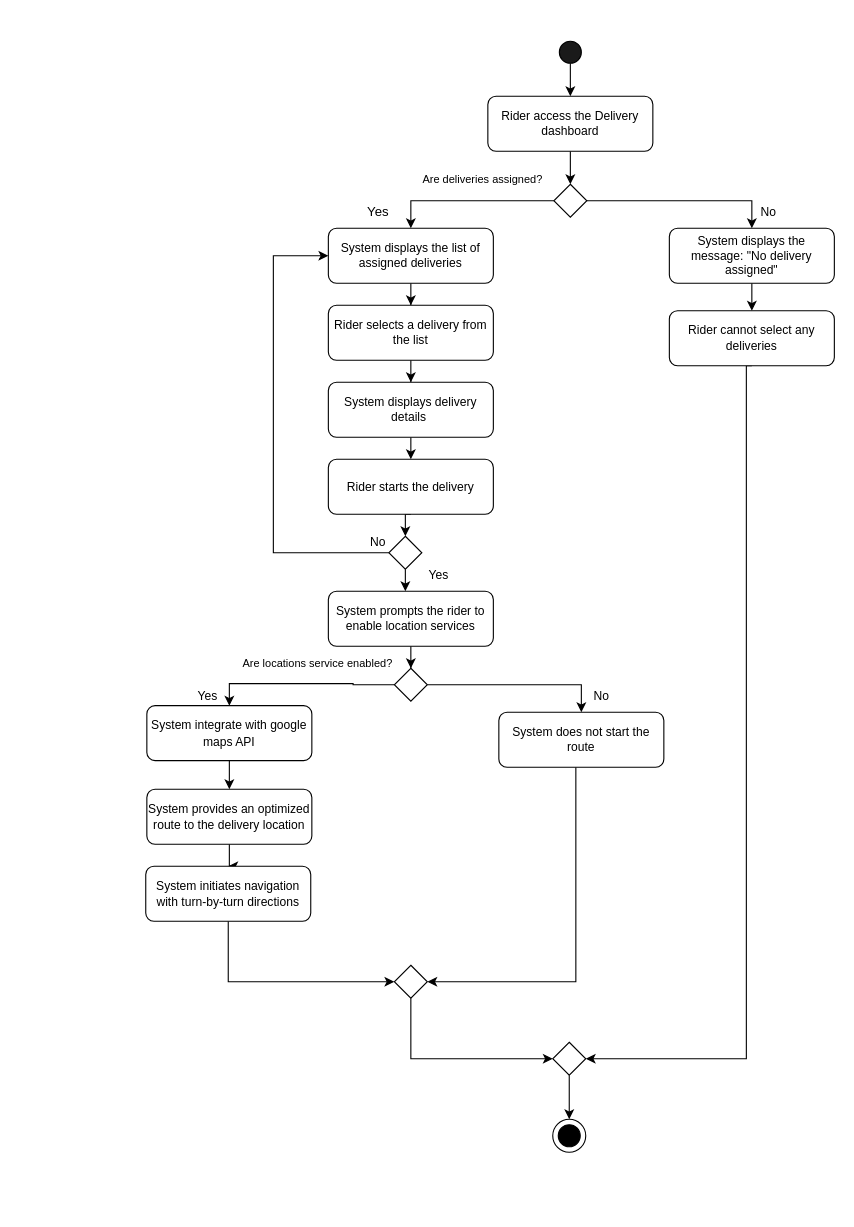
Earlier version of the draw.io diagram page "Page-1" (1 of 27) of Activity Diagram UC-1.drawio (IamSaqibJaved/Diagrams). Source tidied: cells renumbered, new cells numbered last; positions are measured from the earlier drawing's top-left corner, leaving out a move shared by most shapes. Both pictures are drawn from the tidied source at 110%, with x=0, y=0 at pixel (145, 41).
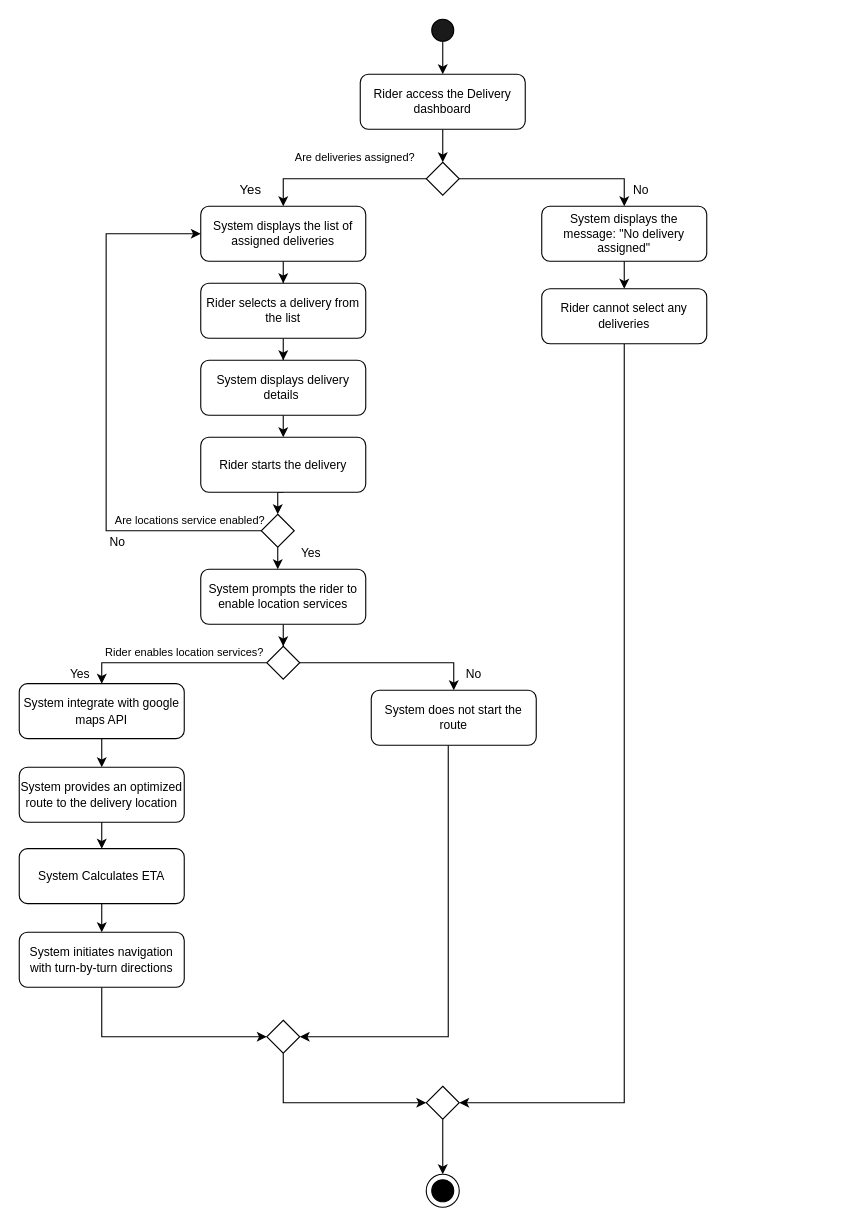
The same diagram, later.

The change refers to these unchanged cells:
```xml
<mxCell id="51" style="ellipse;whiteSpace=wrap;html=1;" parent="50" vertex="1">
  <mxGeometry width="30" height="30" as="geometry" />
</mxCell>
```

What changed in the source:
```diff
@@
-    <mxCell id="2" style="group;" parent="1" vertex="1">
-      <mxGeometry width="626" height="1010" as="geometry" />
-    </mxCell>
-    <mxCell id="3" style="edgeStyle=orthogonalEdgeStyle;rounded=0;jettySize=auto;html=1;entryX=0.5;entryY=0;entryDx=0;entryDy=0;" parent="2" edge="1" source="4" target="6">
+    <mxCell id="3" style="edgeStyle=orthogonalEdgeStyle;rounded=0;jettySize=auto;html=1;entryX=0.5;entryY=0;entryDx=0;entryDy=0;" parent="1" edge="1" source="4" target="6">
       <mxGeometry relative="1" as="geometry" />
     </mxCell>
-    <mxCell id="4" style="ellipse;whiteSpace=wrap;html=1;fillColor=#1A1A1A;" parent="2" vertex="1">
-      <mxGeometry x="376" width="20" height="20" as="geometry" />
+    <mxCell id="4" style="ellipse;whiteSpace=wrap;html=1;fillColor=#1A1A1A;" parent="1" vertex="1">
+      <mxGeometry x="260" y="-20" width="20" height="20" as="geometry" />
     </mxCell>
-    <mxCell id="5" style="edgeStyle=orthogonalEdgeStyle;rounded=0;jettySize=auto;html=1;entryX=0.5;entryY=0;entryDx=0;entryDy=0;fontSize=11;" parent="2" edge="1" source="6" target="9">
+    <mxCell id="5" style="edgeStyle=orthogonalEdgeStyle;rounded=0;jettySize=auto;html=1;entryX=0.5;entryY=0;entryDx=0;entryDy=0;fontSize=11;" parent="1" edge="1" source="6" target="9">
       <mxGeometry relative="1" as="geometry" />
     </mxCell>
-    <mxCell id="6" value="&lt;div&gt;&lt;span style=&quot;background-color: initial;&quot;&gt;Rider access the Delivery dashboard&lt;/span&gt;&lt;/div&gt;" style="rounded=1;whiteSpace=wrap;html=1;align=center;fontSize=11;" parent="2" vertex="1">
-      <mxGeometry x="311" y="50" width="150" height="50" as="geometry" />
+    <mxCell id="6" value="&lt;div&gt;&lt;span style=&quot;background-color: initial;&quot;&gt;Rider access the Delivery dashboard&lt;/span&gt;&lt;/div&gt;" style="rounded=1;whiteSpace=wrap;html=1;align=center;fontSize=11;" parent="1" vertex="1">
+      <mxGeometry x="195" y="30" width="150" height="50" as="geometry" />
     </mxCell>
-    <mxCell id="7" style="edgeStyle=orthogonalEdgeStyle;rounded=0;jettySize=auto;html=1;entryX=0.5;entryY=0;entryDx=0;entryDy=0;fontSize=11;" parent="2" edge="1" source="9" target="11">
+    <mxCell id="7" style="edgeStyle=orthogonalEdgeStyle;rounded=0;jettySize=auto;html=1;entryX=0.5;entryY=0;entryDx=0;entryDy=0;fontSize=11;" parent="1" edge="1" source="9" target="11">
       <mxGeometry relative="1" as="geometry" />
     </mxCell>
-    <mxCell id="8" style="edgeStyle=orthogonalEdgeStyle;rounded=0;jettySize=auto;html=1;entryX=0.5;entryY=0;entryDx=0;entryDy=0;fontSize=11;" parent="2" edge="1" source="9" target="13">
+    <mxCell id="8" style="edgeStyle=orthogonalEdgeStyle;rounded=0;jettySize=auto;html=1;entryX=0.5;entryY=0;entryDx=0;entryDy=0;fontSize=11;" parent="1" edge="1" source="9" target="13">
       <mxGeometry relative="1" as="geometry" />
     </mxCell>
-    <mxCell id="9" style="rhombus;whiteSpace=wrap;html=1;fontSize=11;" parent="2" vertex="1">
-      <mxGeometry x="371" y="130" width="30" height="30" as="geometry" />
+    <mxCell id="9" style="rhombus;whiteSpace=wrap;html=1;fontSize=11;" parent="1" vertex="1">
+      <mxGeometry x="255" y="110" width="30" height="30" as="geometry" />
     </mxCell>
-    <mxCell id="10" style="edgeStyle=orthogonalEdgeStyle;rounded=0;jettySize=auto;html=1;entryX=0.5;entryY=0;entryDx=0;entryDy=0;fontSize=11;" parent="2" edge="1" source="11" target="15">
+    <mxCell id="10" style="edgeStyle=orthogonalEdgeStyle;rounded=0;jettySize=auto;html=1;entryX=0.5;entryY=0;entryDx=0;entryDy=0;fontSize=11;" parent="1" edge="1" source="11" target="15">
       <mxGeometry relative="1" as="geometry" />
     </mxCell>
-    <mxCell id="11" value="System displays the message: &quot;No delivery assigned&quot;" style="rounded=1;whiteSpace=wrap;html=1;fontSize=11;" parent="2" vertex="1">
-      <mxGeometry x="476" y="170" width="150" height="50" as="geometry" />
+    <mxCell id="11" value="System displays the message: &quot;No delivery assigned&quot;" style="rounded=1;whiteSpace=wrap;html=1;fontSize=11;" parent="1" vertex="1">
+      <mxGeometry x="360" y="150" width="150" height="50" as="geometry" />
     </mxCell>
-    <mxCell id="12" style="edgeStyle=orthogonalEdgeStyle;rounded=0;jettySize=auto;html=1;fontSize=11;" parent="2" edge="1" source="13" target="17">
+    <mxCell id="12" style="edgeStyle=orthogonalEdgeStyle;rounded=0;jettySize=auto;html=1;fontSize=11;" parent="1" edge="1" source="13" target="17">
       <mxGeometry relative="1" as="geometry" />
     </mxCell>
-    <mxCell id="13" value="System displays the list of assigned deliveries" style="rounded=1;whiteSpace=wrap;html=1;fontSize=11;" parent="2" vertex="1">
-      <mxGeometry x="166" y="170" width="150" height="50" as="geometry" />
+    <mxCell id="13" value="System displays the list of assigned deliveries" style="rounded=1;whiteSpace=wrap;html=1;fontSize=11;" parent="1" vertex="1">
+      <mxGeometry x="50" y="150" width="150" height="50" as="geometry" />
     </mxCell>
-    <mxCell id="14" style="edgeStyle=orthogonalEdgeStyle;rounded=0;jettySize=auto;html=1;entryX=1;entryY=0.5;entryDx=0;entryDy=0;exitX=0.5;exitY=1;exitDx=0;exitDy=0;" parent="2" edge="1" source="15" target="41">
+    <mxCell id="14" style="edgeStyle=orthogonalEdgeStyle;rounded=0;jettySize=auto;html=1;entryX=1;entryY=0.5;entryDx=0;entryDy=0;exitX=0.5;exitY=1;exitDx=0;exitDy=0;" parent="1" edge="1" source="15" target="41">
       <mxGeometry relative="1" as="geometry">
         <Array as="points">
-          <mxPoint x="546" y="925" />
+          <mxPoint x="435" y="965" />
         </Array>
       </mxGeometry>
     </mxCell>
-    <mxCell id="15" value="Rider cannot select any deliveries" style="rounded=1;whiteSpace=wrap;html=1;fontSize=11;" parent="2" vertex="1">
-      <mxGeometry x="476" y="245" width="150" height="50" as="geometry" />
+    <mxCell id="15" value="Rider cannot select any deliveries" style="rounded=1;whiteSpace=wrap;html=1;fontSize=11;" parent="1" vertex="1">
+      <mxGeometry x="360" y="225" width="150" height="50" as="geometry" />
     </mxCell>
-    <mxCell id="16" style="edgeStyle=orthogonalEdgeStyle;rounded=0;jettySize=auto;html=1;fontSize=11;" parent="2" edge="1" source="17" target="19">
+    <mxCell id="16" style="edgeStyle=orthogonalEdgeStyle;rounded=0;jettySize=auto;html=1;fontSize=11;" parent="1" edge="1" source="17" target="19">
       <mxGeometry relative="1" as="geometry" />
     </mxCell>
-    <mxCell id="17" value="Rider selects a delivery from the list" style="whiteSpace=wrap;html=1;rounded=1;fontSize=11;" parent="2" vertex="1">
-      <mxGeometry x="166" y="240" width="150" height="50" as="geometry" />
+    <mxCell id="17" value="Rider selects a delivery from the list" style="whiteSpace=wrap;html=1;rounded=1;fontSize=11;" parent="1" vertex="1">
+      <mxGeometry x="50" y="220" width="150" height="50" as="geometry" />
     </mxCell>
-    <mxCell id="18" style="edgeStyle=orthogonalEdgeStyle;rounded=0;jettySize=auto;html=1;exitX=0.5;exitY=1;exitDx=0;exitDy=0;entryX=0.5;entryY=0;entryDx=0;entryDy=0;fontSize=11;" parent="2" edge="1" source="19" target="21">
+    <mxCell id="18" style="edgeStyle=orthogonalEdgeStyle;rounded=0;jettySize=auto;html=1;exitX=0.5;exitY=1;exitDx=0;exitDy=0;entryX=0.5;entryY=0;entryDx=0;entryDy=0;fontSize=11;" parent="1" edge="1" source="19" target="21">
       <mxGeometry relative="1" as="geometry" />
     </mxCell>
-    <mxCell id="19" value="System displays delivery details&amp;nbsp;" style="whiteSpace=wrap;html=1;rounded=1;fontSize=11;" parent="2" vertex="1">
-      <mxGeometry x="166" y="310" width="150" height="50" as="geometry" />
+    <mxCell id="19" value="System displays delivery details&amp;nbsp;" style="whiteSpace=wrap;html=1;rounded=1;fontSize=11;" parent="1" vertex="1">
+      <mxGeometry x="50" y="290" width="150" height="50" as="geometry" />
     </mxCell>
-    <mxCell id="20" style="edgeStyle=orthogonalEdgeStyle;rounded=0;jettySize=auto;html=1;exitX=0.5;exitY=1;exitDx=0;exitDy=0;entryX=0.5;entryY=0;entryDx=0;entryDy=0;fontSize=11;" parent="2" edge="1" source="21" target="23">
+    <mxCell id="20" style="edgeStyle=orthogonalEdgeStyle;rounded=0;jettySize=auto;html=1;exitX=0.5;exitY=1;exitDx=0;exitDy=0;entryX=0.5;entryY=0;entryDx=0;entryDy=0;fontSize=11;" parent="1" edge="1" source="21" target="23">
       <mxGeometry relative="1" as="geometry" />
     </mxCell>
-    <mxCell id="21" value="Rider starts the delivery" style="whiteSpace=wrap;html=1;rounded=1;fontSize=11;" parent="2" vertex="1">
-      <mxGeometry x="166" y="380" width="150" height="50" as="geometry" />
+    <mxCell id="21" value="Rider starts the delivery" style="whiteSpace=wrap;html=1;rounded=1;fontSize=11;" parent="1" vertex="1">
+      <mxGeometry x="50" y="360" width="150" height="50" as="geometry" />
     </mxCell>
-    <mxCell id="22" style="edgeStyle=orthogonalEdgeStyle;rounded=0;jettySize=auto;html=1;entryX=0;entryY=0.5;entryDx=0;entryDy=0;" parent="2" edge="1" source="23" target="13">
+    <mxCell id="22" style="edgeStyle=orthogonalEdgeStyle;rounded=0;jettySize=auto;html=1;entryX=0;entryY=0.5;entryDx=0;entryDy=0;" parent="1" edge="1" source="23" target="13">
       <mxGeometry relative="1" as="geometry">
         <Array as="points">
-          <mxPoint x="116" y="465" />
-          <mxPoint x="116" y="195" />
+          <mxPoint x="-36" y="445" />
+          <mxPoint x="-36" y="175" />
         </Array>
       </mxGeometry>
     </mxCell>
-    <mxCell id="23" style="rhombus;whiteSpace=wrap;html=1;fontSize=11;" parent="2" vertex="1">
-      <mxGeometry x="221" y="450" width="30" height="30" as="geometry" />
+    <mxCell id="23" style="rhombus;whiteSpace=wrap;html=1;fontSize=11;" parent="1" vertex="1">
+      <mxGeometry x="105" y="430" width="30" height="30" as="geometry" />
     </mxCell>
-    <mxCell id="24" style="edgeStyle=orthogonalEdgeStyle;rounded=0;jettySize=auto;html=1;entryX=0.461;entryY=0.013;entryDx=0;entryDy=0;entryPerimeter=0;fontSize=11;" parent="2" edge="1" source="23" target="26">
+    <mxCell id="24" style="edgeStyle=orthogonalEdgeStyle;rounded=0;jettySize=auto;html=1;entryX=0.461;entryY=0.013;entryDx=0;entryDy=0;entryPerimeter=0;fontSize=11;" parent="1" edge="1" source="23" target="26">
       <mxGeometry relative="1" as="geometry" />
     </mxCell>
-    <mxCell id="25" style="edgeStyle=orthogonalEdgeStyle;rounded=0;jettySize=auto;html=1;entryX=0.5;entryY=0;entryDx=0;entryDy=0;" parent="2" edge="1" source="26" target="29">
+    <mxCell id="25" style="edgeStyle=orthogonalEdgeStyle;rounded=0;jettySize=auto;html=1;entryX=0.5;entryY=0;entryDx=0;entryDy=0;" parent="1" edge="1" source="26" target="29">
       <mxGeometry relative="1" as="geometry" />
     </mxCell>
-    <mxCell id="26" value="System prompts the rider to enable location services" style="whiteSpace=wrap;html=1;rounded=1;fontSize=11;" parent="2" vertex="1">
-      <mxGeometry x="166" y="500" width="150" height="50" as="geometry" />
+    <mxCell id="26" value="System prompts the rider to enable location services" style="whiteSpace=wrap;html=1;rounded=1;fontSize=11;" parent="1" vertex="1">
+      <mxGeometry x="50" y="480" width="150" height="50" as="geometry" />
     </mxCell>
-    <mxCell id="27" style="edgeStyle=orthogonalEdgeStyle;rounded=0;jettySize=auto;html=1;entryX=0.5;entryY=0;entryDx=0;entryDy=0;fontSize=11;" parent="2" edge="1" source="29" target="31">
+    <mxCell id="27" style="edgeStyle=orthogonalEdgeStyle;rounded=0;jettySize=auto;html=1;entryX=0.5;entryY=0;entryDx=0;entryDy=0;fontSize=11;" parent="1" edge="1" source="29" target="31">
       <mxGeometry relative="1" as="geometry" />
     </mxCell>
-    <mxCell id="28" style="edgeStyle=orthogonalEdgeStyle;rounded=0;jettySize=auto;html=1;entryX=0.5;entryY=0;entryDx=0;entryDy=0;" parent="2" edge="1" source="29" target="33">
-      <mxGeometry relative="1" as="geometry" />
+    <mxCell id="28" style="edgeStyle=orthogonalEdgeStyle;rounded=0;jettySize=auto;html=1;entryX=0.5;entryY=0;entryDx=0;entryDy=0;" parent="1" edge="1" source="29" target="33">
+      <mxGeometry relative="1" as="geometry">
+        <Array as="points">
+          <mxPoint x="-40" y="565" />
+        </Array>
+      </mxGeometry>
     </mxCell>
-    <mxCell id="29" style="rhombus;whiteSpace=wrap;html=1;fontSize=11;" parent="2" vertex="1">
-      <mxGeometry x="226" y="570" width="30" height="30" as="geometry" />
+    <mxCell id="29" style="rhombus;whiteSpace=wrap;html=1;fontSize=11;" parent="1" vertex="1">
+      <mxGeometry x="110" y="550" width="30" height="30" as="geometry" />
     </mxCell>
-    <mxCell id="30" style="edgeStyle=orthogonalEdgeStyle;rounded=0;jettySize=auto;html=1;entryX=1;entryY=0.5;entryDx=0;entryDy=0;" parent="2" edge="1" source="31" target="39">
+    <mxCell id="30" style="edgeStyle=orthogonalEdgeStyle;rounded=0;jettySize=auto;html=1;entryX=1;entryY=0.5;entryDx=0;entryDy=0;" parent="1" edge="1" source="31" target="39">
       <mxGeometry relative="1" as="geometry">
         <Array as="points">
-          <mxPoint x="391" y="855" />
+          <mxPoint x="275" y="905" />
         </Array>
       </mxGeometry>
     </mxCell>
-    <mxCell id="31" value="System does not start the route" style="rounded=1;whiteSpace=wrap;html=1;fontSize=11;" parent="2" vertex="1">
-      <mxGeometry x="321" y="610" width="150" height="50" as="geometry" />
+    <mxCell id="31" value="System does not start the route" style="rounded=1;whiteSpace=wrap;html=1;fontSize=11;" parent="1" vertex="1">
+      <mxGeometry x="205" y="590" width="150" height="50" as="geometry" />
     </mxCell>
-    <mxCell id="32" style="edgeStyle=orthogonalEdgeStyle;rounded=0;jettySize=auto;html=1;fontSize=11;" parent="2" edge="1" source="33" target="35">
+    <mxCell id="32" style="edgeStyle=orthogonalEdgeStyle;rounded=0;jettySize=auto;html=1;fontSize=11;" parent="1" edge="1" source="33" target="35">
       <mxGeometry relative="1" as="geometry" />
     </mxCell>
-    <mxCell id="33" value="&lt;font style=&quot;font-size: 11px;&quot;&gt;System integrate with google maps API&lt;/font&gt;" style="rounded=1;whiteSpace=wrap;html=1;" parent="2" vertex="1">
-      <mxGeometry x="1" y="604" width="150" height="50" as="geometry" />
+    <mxCell id="33" value="&lt;font style=&quot;font-size: 11px;&quot;&gt;System integrate with google maps API&lt;/font&gt;" style="rounded=1;whiteSpace=wrap;html=1;" parent="1" vertex="1">
+      <mxGeometry x="-115" y="584" width="150" height="50" as="geometry" />
     </mxCell>
-    <mxCell id="34" style="edgeStyle=orthogonalEdgeStyle;rounded=0;jettySize=auto;html=1;fontSize=11;" parent="2" edge="1" source="35" target="37">
+    <mxCell id="34" style="edgeStyle=orthogonalEdgeStyle;rounded=0;jettySize=auto;html=1;fontSize=11;" parent="1" edge="1" source="56" target="37">
       <mxGeometry relative="1" as="geometry" />
     </mxCell>
-    <mxCell id="35" value="&lt;font style=&quot;font-size: 11px;&quot;&gt;System provides an optimized route to the&amp;nbsp;&lt;/font&gt;&lt;span style=&quot;font-size: 11px; background-color: initial;&quot;&gt;delivery location&lt;/span&gt;" style="whiteSpace=wrap;html=1;rounded=1;" parent="2" vertex="1">
-      <mxGeometry x="1" y="680" width="150" height="50" as="geometry" />
+    <mxCell id="35" value="&lt;font style=&quot;font-size: 11px;&quot;&gt;System provides an optimized route to the&amp;nbsp;&lt;/font&gt;&lt;span style=&quot;font-size: 11px; background-color: initial;&quot;&gt;delivery location&lt;/span&gt;" style="whiteSpace=wrap;html=1;rounded=1;" parent="1" vertex="1">
+      <mxGeometry x="-115" y="660" width="150" height="50" as="geometry" />
     </mxCell>
-    <mxCell id="36" style="edgeStyle=orthogonalEdgeStyle;rounded=0;jettySize=auto;html=1;entryX=0;entryY=0.5;entryDx=0;entryDy=0;exitX=0.5;exitY=1;exitDx=0;exitDy=0;" parent="2" edge="1" source="37" target="39">
+    <mxCell id="36" style="edgeStyle=orthogonalEdgeStyle;rounded=0;jettySize=auto;html=1;entryX=0;entryY=0.5;entryDx=0;entryDy=0;exitX=0.5;exitY=1;exitDx=0;exitDy=0;" parent="1" edge="1" source="37" target="39">
       <mxGeometry relative="1" as="geometry" />
     </mxCell>
-    <mxCell id="37" value="&lt;font style=&quot;font-size: 11px;&quot;&gt;System initiates navigation with turn-by-turn directions&lt;/font&gt;" style="whiteSpace=wrap;html=1;rounded=1;" parent="2" vertex="1">
-      <mxGeometry y="750" width="150" height="50" as="geometry" />
+    <mxCell id="37" value="&lt;font style=&quot;font-size: 11px;&quot;&gt;System initiates navigation with turn-by-turn directions&lt;/font&gt;" style="whiteSpace=wrap;html=1;rounded=1;" parent="1" vertex="1">
+      <mxGeometry x="-115" y="810" width="150" height="50" as="geometry" />
     </mxCell>
-    <mxCell id="38" style="edgeStyle=orthogonalEdgeStyle;rounded=0;jettySize=auto;html=1;entryX=0;entryY=0.5;entryDx=0;entryDy=0;" parent="2" edge="1" source="39" target="41">
+    <mxCell id="38" style="edgeStyle=orthogonalEdgeStyle;rounded=0;jettySize=auto;html=1;entryX=0;entryY=0.5;entryDx=0;entryDy=0;" parent="1" edge="1" source="39" target="41">
       <mxGeometry relative="1" as="geometry">
         <Array as="points">
-          <mxPoint x="241" y="925" />
+          <mxPoint x="125" y="905" />
         </Array>
       </mxGeometry>
     </mxCell>
-    <mxCell id="39" style="rhombus;whiteSpace=wrap;html=1;" parent="2" vertex="1">
-      <mxGeometry x="226" y="840" width="30" height="30" as="geometry" />
+    <mxCell id="39" style="rhombus;whiteSpace=wrap;html=1;" parent="1" vertex="1">
+      <mxGeometry x="110" y="890" width="30" height="30" as="geometry" />
     </mxCell>
-    <mxCell id="40" style="edgeStyle=orthogonalEdgeStyle;rounded=0;jettySize=auto;html=1;" parent="2" edge="1" source="41" target="51">
+    <mxCell id="40" style="edgeStyle=orthogonalEdgeStyle;rounded=0;jettySize=auto;html=1;" parent="1" edge="1" target="51">
       <mxGeometry relative="1" as="geometry">
+        <mxPoint x="270" y="1030" as="sourcePoint" />
         <Array as="points">
-          <mxPoint x="391" y="985" />
+          <mxPoint x="276" y="1035" />
         </Array>
       </mxGeometry>
     </mxCell>
+    <mxCell id="53" style="edgeStyle=orthogonalEdgeStyle;rounded=0;jettySize=auto;html=1;entryX=0.5;entryY=0;entryDx=0;entryDy=0;" parent="1" edge="1" source="41" target="51">
+      <mxGeometry relative="1" as="geometry" />
+    </mxCell>
-    <mxCell id="41" style="rhombus;whiteSpace=wrap;html=1;" parent="2" vertex="1">
-      <mxGeometry x="370" y="910" width="30" height="30" as="geometry" />
+    <mxCell id="41" style="rhombus;whiteSpace=wrap;html=1;" parent="1" vertex="1">
+      <mxGeometry x="255" y="950" width="30" height="30" as="geometry" />
     </mxCell>
-    <mxCell id="42" value="Are deliveries assigned?" style="text;html=1;align=center;verticalAlign=middle;strokeColor=none;fillColor=none;fontSize=10;" parent="2" vertex="1">
-      <mxGeometry x="241" y="110" width="130" height="30" as="geometry" />
+    <mxCell id="42" value="Are deliveries assigned?" style="text;html=1;align=center;verticalAlign=middle;strokeColor=none;fillColor=none;fontSize=10;" parent="1" vertex="1">
+      <mxGeometry x="125" y="90" width="130" height="30" as="geometry" />
     </mxCell>
-    <mxCell id="43" value="Yes" style="text;html=1;align=center;verticalAlign=middle;strokeColor=none;fillColor=none;" parent="2" vertex="1">
-      <mxGeometry x="191" y="140" width="40" height="30" as="geometry" />
+    <mxCell id="43" value="Yes" style="text;html=1;align=center;verticalAlign=middle;strokeColor=none;fillColor=none;" parent="1" vertex="1">
+      <mxGeometry x="75" y="120" width="40" height="30" as="geometry" />
     </mxCell>
-    <mxCell id="44" value="No" style="text;html=1;align=center;verticalAlign=middle;strokeColor=none;fillColor=none;fontSize=11;" parent="2" vertex="1">
-      <mxGeometry x="546" y="140" width="40" height="30" as="geometry" />
+    <mxCell id="44" value="No" style="text;html=1;align=center;verticalAlign=middle;strokeColor=none;fillColor=none;fontSize=11;" parent="1" vertex="1">
+      <mxGeometry x="430" y="120" width="40" height="30" as="geometry" />
     </mxCell>
-    <mxCell id="45" value="Yes" style="text;html=1;align=center;verticalAlign=middle;strokeColor=none;fillColor=none;fontSize=11;" parent="2" vertex="1">
-      <mxGeometry x="246" y="470" width="40" height="30" as="geometry" />
+    <mxCell id="45" value="Yes" style="text;html=1;align=center;verticalAlign=middle;strokeColor=none;fillColor=none;fontSize=11;" parent="1" vertex="1">
+      <mxGeometry x="130" y="450" width="40" height="30" as="geometry" />
     </mxCell>
-    <mxCell id="46" value="No" style="text;html=1;align=center;verticalAlign=middle;strokeColor=none;fillColor=none;fontSize=11;" parent="2" vertex="1">
-      <mxGeometry x="191" y="440" width="40" height="30" as="geometry" />
+    <mxCell id="46" value="No" style="text;html=1;align=center;verticalAlign=middle;strokeColor=none;fillColor=none;fontSize=11;" parent="1" vertex="1">
+      <mxGeometry x="-46" y="440" width="40" height="30" as="geometry" />
     </mxCell>
-    <mxCell id="47" value="Are locations service enabled?" style="text;html=1;align=center;verticalAlign=middle;strokeColor=none;fillColor=none;fontSize=10;" parent="2" vertex="1">
-      <mxGeometry x="76" y="550" width="160" height="30" as="geometry" />
+    <mxCell id="47" value="Rider enables location services?" style="text;html=1;align=center;verticalAlign=middle;strokeColor=none;fillColor=none;fontSize=10;" parent="1" vertex="1">
+      <mxGeometry x="-50" y="540" width="170" height="30" as="geometry" />
     </mxCell>
-    <mxCell id="48" value="Yes" style="text;html=1;align=center;verticalAlign=middle;strokeColor=none;fillColor=none;fontSize=11;" parent="2" vertex="1">
-      <mxGeometry x="36" y="580" width="40" height="30" as="geometry" />
+    <mxCell id="48" value="Yes" style="text;html=1;align=center;verticalAlign=middle;strokeColor=none;fillColor=none;fontSize=11;" parent="1" vertex="1">
+      <mxGeometry x="-80" y="560" width="40" height="30" as="geometry" />
     </mxCell>
-    <mxCell id="49" value="No" style="text;html=1;align=center;verticalAlign=middle;strokeColor=none;fillColor=none;fontSize=11;" parent="2" vertex="1">
-      <mxGeometry x="394" y="580" width="40" height="30" as="geometry" />
+    <mxCell id="49" value="No" style="text;html=1;align=center;verticalAlign=middle;strokeColor=none;fillColor=none;fontSize=11;" parent="1" vertex="1">
+      <mxGeometry x="278" y="560" width="40" height="30" as="geometry" />
     </mxCell>
-    <mxCell id="50" style="group;" parent="2" vertex="1">
-      <mxGeometry x="370" y="980" width="30" height="30" as="geometry" />
+    <mxCell id="50" style="group;" parent="1" vertex="1">
+      <mxGeometry x="255" y="1030" width="30" height="30" as="geometry" />
     </mxCell>
@@
+    <mxCell id="54" value="Are locations service enabled?" style="text;html=1;align=center;verticalAlign=middle;strokeColor=none;fillColor=none;fontSize=10;" parent="1" vertex="1">
+      <mxGeometry x="-40" y="420" width="160" height="30" as="geometry" />
+    </mxCell>
+    <mxCell id="55" style="edgeStyle=orthogonalEdgeStyle;rounded=0;jettySize=auto;html=1;fontSize=11;" parent="1" edge="1" source="35" target="56">
+      <mxGeometry relative="1" as="geometry" />
+    </mxCell>
+    <mxCell id="56" value="&lt;span style=&quot;font-size: 11px;&quot;&gt;System Calculates ETA&lt;/span&gt;" style="whiteSpace=wrap;html=1;rounded=1;" parent="1" vertex="1">
+      <mxGeometry x="-115" y="734" width="150" height="50" as="geometry" />
+    </mxCell>
```
